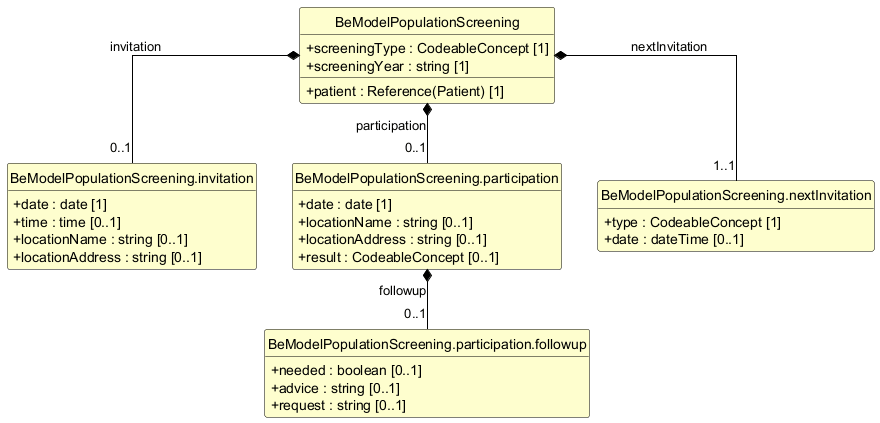
Before: exports/diagrams/BeModelPopulationScreening-uml.png, a diagram exported from PlantUML (caresets/caresets-src). The source it was exported from:
```plantuml
@startuml
skinparam shadowing false
skinparam classAttributeIconSize 0
skinparam linetype ortho
skinparam class {
  BackgroundColor #FEFECE
  BorderColor #000000
  ArrowColor #000000
  FontStyle bold
  AttributeFontStyle normal
}
hide circle
hide empty members

class "BeModelPopulationScreening" as BeModelPopulationScreening {
  +patient : Reference(Patient) [1]
  +screeningType : CodeableConcept [1]
  +screeningYear : string [1]
}

class "BeModelPopulationScreening.invitation" as BeModelPopulationScreening_invitation {
  +date : date [1]
  +time : time [0..1]
  +locationName : string [0..1]
  +locationAddress : string [0..1]
}

class "BeModelPopulationScreening.participation" as BeModelPopulationScreening_participation {
  +date : date [1]
  +locationName : string [0..1]
  +locationAddress : string [0..1]
  +result : CodeableConcept [0..1]
}

class "BeModelPopulationScreening.participation.followup" as BeModelPopulationScreening_participation_followup {
  +needed : boolean [0..1]
  +advice : string [0..1]
  +request : string [0..1]
}

class "BeModelPopulationScreening.nextInvitation" as BeModelPopulationScreening_nextInvitation {
  +type : CodeableConcept [1]
  +date : dateTime [0..1]
}

BeModelPopulationScreening *-- "0..1" BeModelPopulationScreening_invitation : invitation
BeModelPopulationScreening *-- "0..1" BeModelPopulationScreening_participation : participation
BeModelPopulationScreening *-- "1..1" BeModelPopulationScreening_nextInvitation : nextInvitation
BeModelPopulationScreening_participation *-- "0..1" BeModelPopulationScreening_participation_followup : followup
@enduml
```
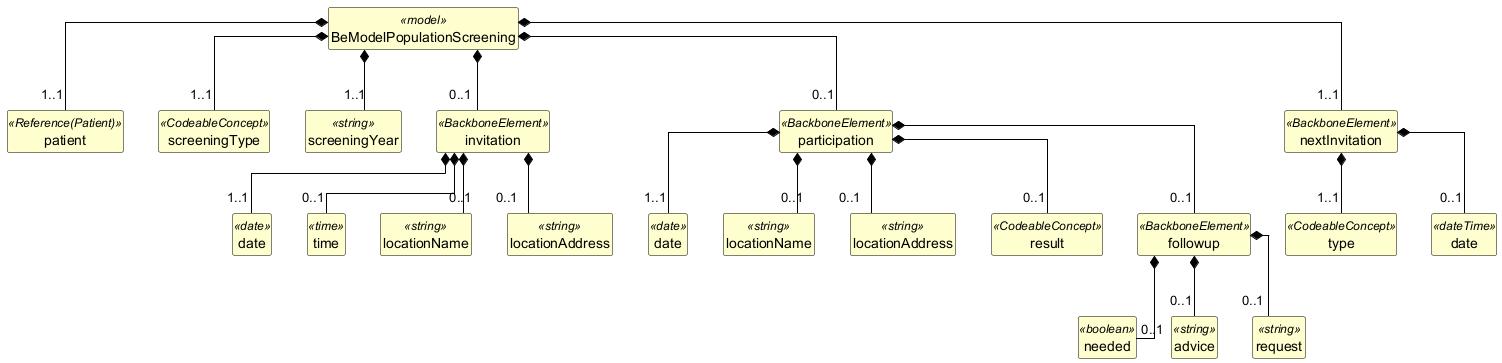
Above is the later version.

What changed in the source:
```diff
@@ -12,39 +12,87 @@
 hide circle
 hide empty members
 
-class "BeModelPopulationScreening" as BeModelPopulationScreening {
-  +patient : Reference(Patient) [1]
-  +screeningType : CodeableConcept [1]
-  +screeningYear : string [1]
+class "BeModelPopulationScreening" as BeModelPopulationScreening <<model>> {
 }
 
-class "BeModelPopulationScreening.invitation" as BeModelPopulationScreening_invitation {
-  +date : date [1]
-  +time : time [0..1]
-  +locationName : string [0..1]
-  +locationAddress : string [0..1]
+class "patient" as BeModelPopulationScreening_patient <<Reference(Patient)>> {
 }
 
-class "BeModelPopulationScreening.participation" as BeModelPopulationScreening_participation {
-  +date : date [1]
-  +locationName : string [0..1]
-  +locationAddress : string [0..1]
-  +result : CodeableConcept [0..1]
+class "screeningType" as BeModelPopulationScreening_screeningType <<CodeableConcept>> {
 }
 
-class "BeModelPopulationScreening.participation.followup" as BeModelPopulationScreening_participation_followup {
-  +needed : boolean [0..1]
-  +advice : string [0..1]
-  +request : string [0..1]
+class "screeningYear" as BeModelPopulationScreening_screeningYear <<string>> {
 }
 
-class "BeModelPopulationScreening.nextInvitation" as BeModelPopulationScreening_nextInvitation {
-  +type : CodeableConcept [1]
-  +date : dateTime [0..1]
+class "invitation" as BeModelPopulationScreening_invitation <<BackboneElement>> {
 }
 
-BeModelPopulationScreening *-- "0..1" BeModelPopulationScreening_invitation : invitation
-BeModelPopulationScreening *-- "0..1" BeModelPopulationScreening_participation : participation
-BeModelPopulationScreening *-- "1..1" BeModelPopulationScreening_nextInvitation : nextInvitation
-BeModelPopulationScreening_participation *-- "0..1" BeModelPopulationScreening_participation_followup : followup
+class "date" as BeModelPopulationScreening_invitation_date <<date>> {
+}
+
+class "time" as BeModelPopulationScreening_invitation_time <<time>> {
+}
+
+class "locationName" as BeModelPopulationScreening_invitation_locationName <<string>> {
+}
+
+class "locationAddress" as BeModelPopulationScreening_invitation_locationAddress <<string>> {
+}
+
+class "participation" as BeModelPopulationScreening_participation <<BackboneElement>> {
+}
+
+class "date" as BeModelPopulationScreening_participation_date <<date>> {
+}
+
+class "locationName" as BeModelPopulationScreening_participation_locationName <<string>> {
+}
+
+class "locationAddress" as BeModelPopulationScreening_participation_locationAddress <<string>> {
+}
+
+class "result" as BeModelPopulationScreening_participation_result <<CodeableConcept>> {
+}
+
+class "followup" as BeModelPopulationScreening_participation_followup <<BackboneElement>> {
+}
+
+class "needed" as BeModelPopulationScreening_participation_followup_needed <<boolean>> {
+}
+
+class "advice" as BeModelPopulationScreening_participation_followup_advice <<string>> {
+}
+
+class "request" as BeModelPopulationScreening_participation_followup_request <<string>> {
+}
+
+class "nextInvitation" as BeModelPopulationScreening_nextInvitation <<BackboneElement>> {
+}
+
+class "type" as BeModelPopulationScreening_nextInvitation_type <<CodeableConcept>> {
+}
+
+class "date" as BeModelPopulationScreening_nextInvitation_date <<dateTime>> {
+}
+
+BeModelPopulationScreening *-- "1..1" BeModelPopulationScreening_patient
+BeModelPopulationScreening *-- "1..1" BeModelPopulationScreening_screeningType
+BeModelPopulationScreening *-- "1..1" BeModelPopulationScreening_screeningYear
+BeModelPopulationScreening *-- "0..1" BeModelPopulationScreening_invitation
+BeModelPopulationScreening_invitation *-- "1..1" BeModelPopulationScreening_invitation_date
+BeModelPopulationScreening_invitation *-- "0..1" BeModelPopulationScreening_invitation_time
+BeModelPopulationScreening_invitation *-- "0..1" BeModelPopulationScreening_invitation_locationName
+BeModelPopulationScreening_invitation *-- "0..1" BeModelPopulationScreening_invitation_locationAddress
+BeModelPopulationScreening *-- "0..1" BeModelPopulationScreening_participation
+BeModelPopulationScreening_participation *-- "1..1" BeModelPopulationScreening_participation_date
+BeModelPopulationScreening_participation *-- "0..1" BeModelPopulationScreening_participation_locationName
+BeModelPopulationScreening_participation *-- "0..1" BeModelPopulationScreening_participation_locationAddress
+BeModelPopulationScreening_participation *-- "0..1" BeModelPopulationScreening_participation_result
+BeModelPopulationScreening_participation *-- "0..1" BeModelPopulationScreening_participation_followup
+BeModelPopulationScreening_participation_followup *-- "0..1" BeModelPopulationScreening_participation_followup_needed
+BeModelPopulationScreening_participation_followup *-- "0..1" BeModelPopulationScreening_participation_followup_advice
+BeModelPopulationScreening_participation_followup *-- "0..1" BeModelPopulationScreening_participation_followup_request
+BeModelPopulationScreening *-- "1..1" BeModelPopulationScreening_nextInvitation
+BeModelPopulationScreening_nextInvitation *-- "1..1" BeModelPopulationScreening_nextInvitation_type
+BeModelPopulationScreening_nextInvitation *-- "0..1" BeModelPopulationScreening_nextInvitation_date
 @enduml
```
